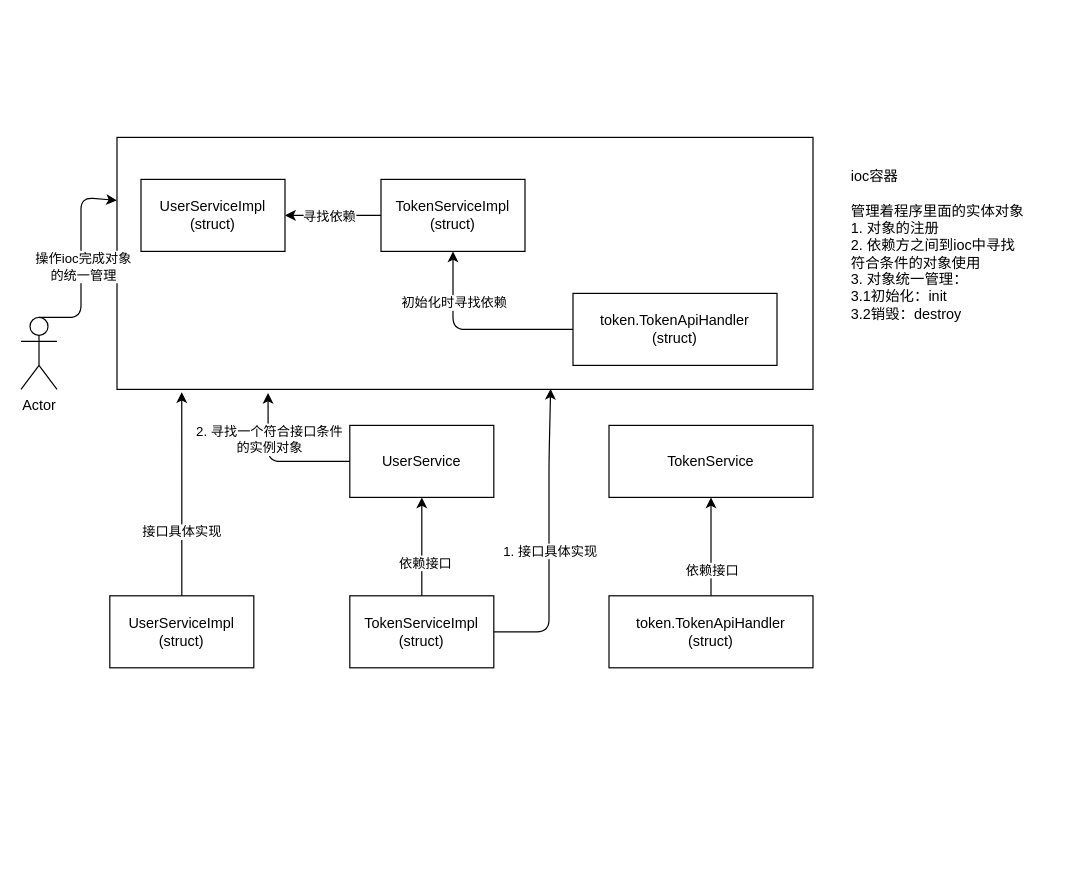
dawson283067/go_projects keeps this draw.io diagram as vblog/docs/ioc.drawio. Above is the earlier version. Source tidied: cells renumbered, new cells numbered last; positions are measured from the earlier drawing's top-left corner, leaving out a move shared by most shapes. Both pictures are drawn from the tidied source at 120%, with x=0, y=0 at pixel (20, 137).
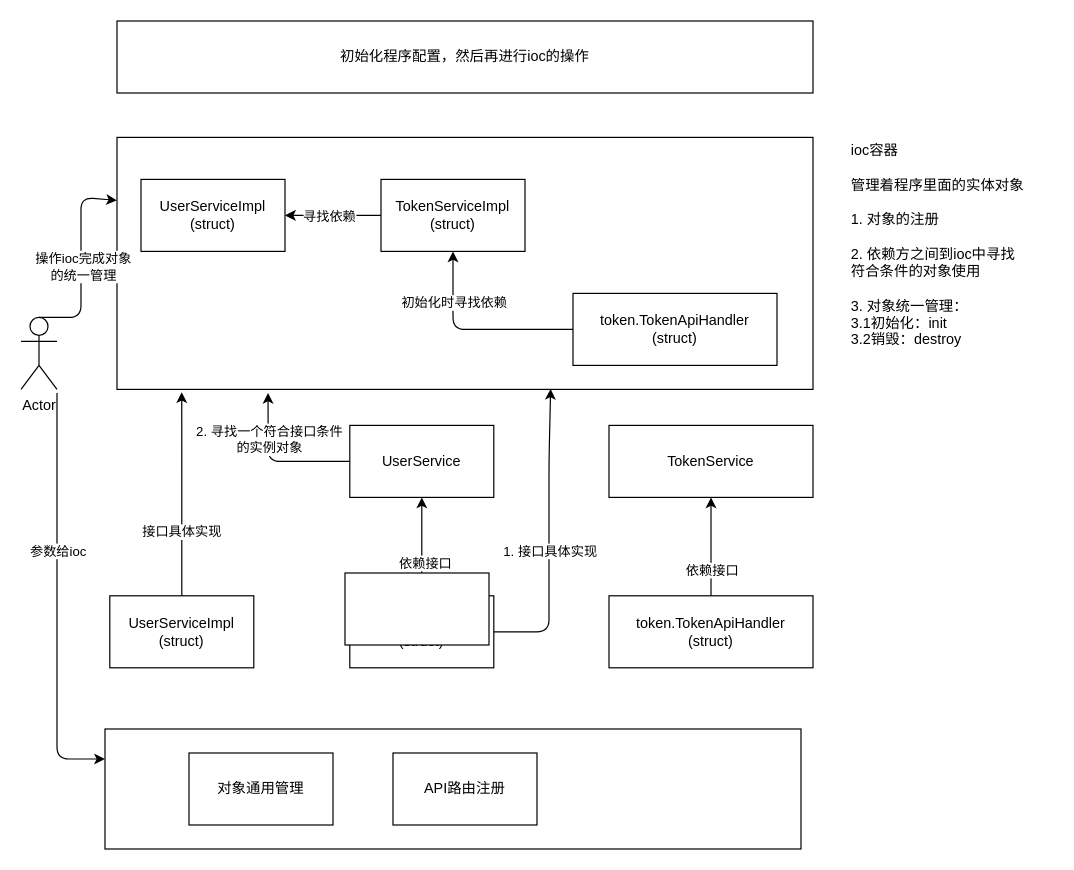
The same page after the edit.

Diff of the diagram source:
```diff
@@
-    <mxCell id="18" value="ioc容器&lt;br&gt;&lt;br&gt;管理着程序里面的实体对象&lt;br&gt;1. 对象的注册&lt;br&gt;2. 依赖方之间到ioc中寻找&lt;br&gt;符合条件的对象使用&lt;br&gt;3. 对象统一管理：&lt;br&gt;3.1初始化：init&lt;br&gt;3.2销毁：destroy" style="text;html=1;align=left;verticalAlign=middle;strokeColor=none;fillColor=none;" parent="1" vertex="1">
-      <mxGeometry x="690" y="20" width="170" height="140" as="geometry" />
+    <mxCell id="18" value="ioc容器&lt;br&gt;&lt;br&gt;管理着程序里面的实体对象&lt;br&gt;&lt;br&gt;1. 对象的注册&lt;br&gt;&lt;br&gt;2. 依赖方之间到ioc中寻找&lt;br&gt;符合条件的对象使用&lt;br&gt;&lt;br&gt;3. 对象统一管理：&lt;br&gt;3.1初始化：init&lt;br&gt;3.2销毁：destroy" style="text;html=1;align=left;verticalAlign=middle;strokeColor=none;fillColor=none;" parent="1" vertex="1">
+      <mxGeometry x="690" y="-5" width="170" height="190" as="geometry" />
     </mxCell>
@@
+    <mxCell id="29" value="初始化程序配置，然后再进行ioc的操作" style="rounded=0;whiteSpace=wrap;html=1;" parent="1" vertex="1">
+      <mxGeometry x="80" y="-97" width="580" height="60" as="geometry" />
+    </mxCell>
+    <mxCell id="30" style="rounded=0;whiteSpace=wrap;html=1;" parent="1" vertex="1">
+      <mxGeometry x="70" y="493" width="580" height="100" as="geometry" />
+    </mxCell>
+    <mxCell id="31" style="endArrow=classic;html=1;entryX=0;entryY=0.25;entryDx=0;entryDy=0;" parent="1" edge="1" target="30">
+      <mxGeometry relative="1" as="geometry">
+        <mxPoint x="30" y="213" as="sourcePoint" />
+        <Array as="points">
+          <mxPoint x="30" y="518" />
+        </Array>
+      </mxGeometry>
+    </mxCell>
+    <mxCell id="32" value="参数给ioc" style="edgeLabel;html=1;align=center;verticalAlign=middle;" parent="31" vertex="1">
+      <mxGeometry x="-0.24" relative="1" as="geometry" />
+    </mxCell>
+    <mxCell id="33" value="对象通用管理" style="rounded=0;whiteSpace=wrap;html=1;" parent="1" vertex="1">
+      <mxGeometry x="140" y="513" width="120" height="60" as="geometry" />
+    </mxCell>
+    <mxCell id="34" style="rounded=0;whiteSpace=wrap;html=1;" parent="1" vertex="1">
+      <mxGeometry x="270" y="363" width="120" height="60" as="geometry" />
+    </mxCell>
+    <mxCell id="35" value="API路由注册" style="rounded=0;whiteSpace=wrap;html=1;" parent="1" vertex="1">
+      <mxGeometry x="310" y="513" width="120" height="60" as="geometry" />
+    </mxCell>
```
